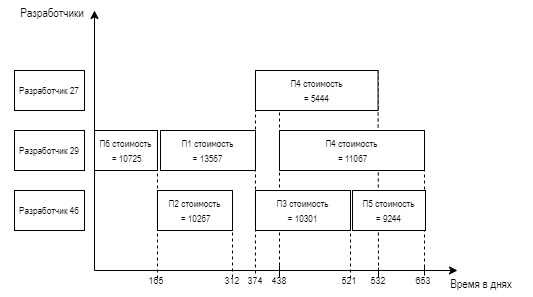
This is Zaoch/19/img/lab3_4.png from meesery/PAS, a draw.io export, as it was before one commit. Source tidied: cells renumbered, new cells last; positions are measured from the earlier drawing's top-left corner, leaving out a move shared by most shapes. The source it was exported from:
```xml
<mxGraphModel>
  <root>
    <mxCell id="0" />
    <mxCell id="1" parent="0" />
    <mxCell id="2" style="endArrow=classic;html=1;rounded=0;" parent="1" edge="1">
      <mxGeometry relative="1" as="geometry">
        <mxPoint x="94" y="270" as="sourcePoint" />
        <mxPoint x="94" y="10" as="targetPoint" />
      </mxGeometry>
    </mxCell>
    <mxCell id="3" style="endArrow=classic;html=1;rounded=0;" parent="1" edge="1">
      <mxGeometry relative="1" as="geometry">
        <mxPoint x="94" y="270" as="sourcePoint" />
        <mxPoint x="457" y="270" as="targetPoint" />
      </mxGeometry>
    </mxCell>
    <mxCell id="4" style="endArrow=none;html=1;rounded=0;" parent="1" edge="1">
      <mxGeometry relative="1" as="geometry">
        <mxPoint x="424" y="275" as="sourcePoint" />
        <mxPoint x="424" y="265" as="targetPoint" />
      </mxGeometry>
    </mxCell>
    <mxCell id="5" value="&lt;font style=&quot;font-size: 9px;&quot;&gt;653&lt;/font&gt;" style="text;html=1;strokeColor=none;fillColor=none;align=center;verticalAlign=middle;whiteSpace=wrap;rounded=0;" parent="1" vertex="1">
      <mxGeometry x="408" y="270" width="30" height="20" as="geometry" />
    </mxCell>
    <mxCell id="6" value="&lt;font style=&quot;font-size: 10px;&quot; face=&quot;Arial Narrow&quot;&gt;Разработчик 27&lt;/font&gt;" style="rounded=0;whiteSpace=wrap;html=1;" parent="1" vertex="1">
      <mxGeometry x="14" y="70" width="70" height="40" as="geometry" />
    </mxCell>
    <mxCell id="7" value="&lt;font style=&quot;font-size: 10px;&quot; face=&quot;Arial Narrow&quot;&gt;Разработчик 29&lt;/font&gt;" style="rounded=0;whiteSpace=wrap;html=1;" parent="1" vertex="1">
      <mxGeometry x="14" y="130" width="70" height="40" as="geometry" />
    </mxCell>
    <mxCell id="8" value="&lt;font style=&quot;font-size: 10px;&quot; face=&quot;Arial Narrow&quot;&gt;Разработчик 46&lt;br&gt;&lt;/font&gt;" style="rounded=0;whiteSpace=wrap;html=1;" parent="1" vertex="1">
      <mxGeometry x="14" y="190" width="70" height="40" as="geometry" />
    </mxCell>
    <mxCell id="9" value="&lt;font style=&quot;font-size: 9px;&quot;&gt;165&lt;/font&gt;" style="text;html=1;strokeColor=none;fillColor=none;align=center;verticalAlign=middle;whiteSpace=wrap;rounded=0;" parent="1" vertex="1">
      <mxGeometry x="141" y="270" width="30" height="20" as="geometry" />
    </mxCell>
    <mxCell id="10" value="&lt;font face=&quot;Arial Narrow&quot;&gt;&lt;span style=&quot;font-size: 10px;&quot;&gt;П6&amp;nbsp;стоимость&lt;br&gt;&amp;nbsp;= 10725&lt;br&gt;&lt;/span&gt;&lt;/font&gt;" style="rounded=0;whiteSpace=wrap;html=1;" parent="1" vertex="1">
      <mxGeometry x="94" y="130" width="63" height="40" as="geometry" />
    </mxCell>
    <mxCell id="11" style="endArrow=none;html=1;rounded=0;" parent="1" edge="1">
      <mxGeometry relative="1" as="geometry">
        <mxPoint x="279" y="275" as="sourcePoint" />
        <mxPoint x="279" y="265" as="targetPoint" />
      </mxGeometry>
    </mxCell>
    <mxCell id="12" value="&lt;font style=&quot;font-size: 9px;&quot;&gt;438&lt;/font&gt;" style="text;html=1;strokeColor=none;fillColor=none;align=center;verticalAlign=middle;whiteSpace=wrap;rounded=0;" parent="1" vertex="1">
      <mxGeometry x="264" y="270" width="30" height="20" as="geometry" />
    </mxCell>
    <mxCell id="13" style="endArrow=none;html=1;rounded=0;dashed=1;" parent="1" edge="1">
      <mxGeometry relative="1" as="geometry">
        <mxPoint x="279" y="277" as="sourcePoint" />
        <mxPoint x="279" y="71" as="targetPoint" />
      </mxGeometry>
    </mxCell>
    <mxCell id="14" value="&lt;font style=&quot;font-size: 10px;&quot; face=&quot;Arial Narrow&quot;&gt;П3 стоимость&lt;br&gt;= 10301&lt;br&gt;&lt;/font&gt;" style="rounded=0;whiteSpace=wrap;html=1;" parent="1" vertex="1">
      <mxGeometry x="255" y="190" width="95" height="40" as="geometry" />
    </mxCell>
    <mxCell id="15" value="&lt;font style=&quot;font-size: 10px;&quot; face=&quot;Arial Narrow&quot;&gt;П1 стоимость&lt;br&gt;= 13567&lt;br&gt;&lt;/font&gt;" style="rounded=0;whiteSpace=wrap;html=1;fillColor=none;" parent="1" vertex="1">
      <mxGeometry x="160" y="130" width="95" height="40" as="geometry" />
    </mxCell>
    <mxCell id="16" style="endArrow=none;html=1;rounded=0;" parent="1" edge="1">
      <mxGeometry relative="1" as="geometry">
        <mxPoint x="378" y="277" as="sourcePoint" />
        <mxPoint x="378" y="267" as="targetPoint" />
      </mxGeometry>
    </mxCell>
    <mxCell id="17" value="&lt;font style=&quot;font-size: 9px;&quot;&gt;532&lt;/font&gt;" style="text;html=1;strokeColor=none;fillColor=none;align=center;verticalAlign=middle;whiteSpace=wrap;rounded=0;" parent="1" vertex="1">
      <mxGeometry x="363" y="270" width="30" height="20" as="geometry" />
    </mxCell>
    <mxCell id="18" style="endArrow=none;html=1;rounded=0;dashed=1;entryX=1;entryY=0;entryDx=0;entryDy=0;" parent="1" edge="1" target="19">
      <mxGeometry relative="1" as="geometry">
        <mxPoint x="378" y="271" as="sourcePoint" />
      </mxGeometry>
    </mxCell>
    <mxCell id="19" value="&lt;font style=&quot;font-size: 10px;&quot; face=&quot;Arial Narrow&quot;&gt;П4 стоимость&lt;br&gt;= 5444&lt;/font&gt;" style="rounded=0;whiteSpace=wrap;html=1;" parent="1" vertex="1">
      <mxGeometry x="255" y="70" width="122.5" height="40" as="geometry" />
    </mxCell>
    <mxCell id="20" style="endArrow=none;html=1;rounded=0;dashed=1;entryX=1;entryY=0;entryDx=0;entryDy=0;" parent="1" edge="1" target="32">
      <mxGeometry relative="1" as="geometry">
        <mxPoint x="424" y="273" as="sourcePoint" />
      </mxGeometry>
    </mxCell>
    <mxCell id="21" value="&lt;font face=&quot;Arial Narrow&quot;&gt;&lt;span style=&quot;font-size: 10px;&quot;&gt;П2&amp;nbsp;стоимость&lt;br&gt;&amp;nbsp;= 10267&lt;br&gt;&lt;/span&gt;&lt;/font&gt;" style="rounded=0;whiteSpace=wrap;html=1;fillColor=default;" parent="1" vertex="1">
      <mxGeometry x="157" y="190" width="75" height="40" as="geometry" />
    </mxCell>
    <mxCell id="22" value="&lt;font face=&quot;Arial Narrow&quot;&gt;Разработчики&lt;/font&gt;" style="text;html=1;strokeColor=none;fillColor=none;align=center;verticalAlign=middle;whiteSpace=wrap;rounded=0;" parent="1" vertex="1">
      <mxGeometry width="104" height="27" as="geometry" />
    </mxCell>
    <mxCell id="23" value="&lt;font face=&quot;Arial Narrow&quot;&gt;Время в днях&lt;/font&gt;" style="text;html=1;strokeColor=none;fillColor=none;align=center;verticalAlign=middle;whiteSpace=wrap;rounded=0;" parent="1" vertex="1">
      <mxGeometry x="429" y="270" width="104" height="27" as="geometry" />
    </mxCell>
    <mxCell id="24" value="&lt;font style=&quot;font-size: 9px;&quot;&gt;312&lt;/font&gt;" style="text;html=1;strokeColor=none;fillColor=none;align=center;verticalAlign=middle;whiteSpace=wrap;rounded=0;" parent="1" vertex="1">
      <mxGeometry x="217" y="270" width="30" height="20" as="geometry" />
    </mxCell>
    <mxCell id="25" style="endArrow=none;html=1;rounded=0;dashed=1;entryX=1;entryY=0;entryDx=0;entryDy=0;" parent="1" edge="1" target="21">
      <mxGeometry relative="1" as="geometry">
        <mxPoint x="232" y="277" as="sourcePoint" />
      </mxGeometry>
    </mxCell>
    <mxCell id="26" value="&lt;font style=&quot;font-size: 9px;&quot;&gt;374&lt;/font&gt;" style="text;html=1;strokeColor=none;fillColor=none;align=center;verticalAlign=middle;whiteSpace=wrap;rounded=0;" parent="1" vertex="1">
      <mxGeometry x="240" y="270" width="30" height="20" as="geometry" />
    </mxCell>
    <mxCell id="27" style="endArrow=none;html=1;rounded=0;dashed=1;entryX=0;entryY=0;entryDx=0;entryDy=0;" parent="1" edge="1" target="19">
      <mxGeometry relative="1" as="geometry">
        <mxPoint x="254.9" y="273" as="sourcePoint" />
      </mxGeometry>
    </mxCell>
    <mxCell id="28" style="endArrow=none;html=1;rounded=0;dashed=1;" parent="1" edge="1">
      <mxGeometry relative="1" as="geometry">
        <mxPoint x="157" y="278" as="sourcePoint" />
        <mxPoint x="157" y="130" as="targetPoint" />
      </mxGeometry>
    </mxCell>
    <mxCell id="29" style="endArrow=none;html=1;rounded=0;dashed=1;" parent="1" edge="1">
      <mxGeometry relative="1" as="geometry">
        <mxPoint x="350" y="278" as="sourcePoint" />
        <mxPoint x="350" y="191" as="targetPoint" />
      </mxGeometry>
    </mxCell>
    <mxCell id="30" value="&lt;font style=&quot;font-size: 9px;&quot;&gt;521&lt;/font&gt;" style="text;html=1;strokeColor=none;fillColor=none;align=center;verticalAlign=middle;whiteSpace=wrap;rounded=0;" parent="1" vertex="1">
      <mxGeometry x="334" y="270" width="30" height="20" as="geometry" />
    </mxCell>
    <mxCell id="31" value="&lt;font style=&quot;font-size: 10px;&quot; face=&quot;Arial Narrow&quot;&gt;П5 стоимость&lt;br&gt;= 9244&lt;br&gt;&lt;/font&gt;" style="rounded=0;whiteSpace=wrap;html=1;" parent="1" vertex="1">
      <mxGeometry x="352" y="190" width="73" height="40" as="geometry" />
    </mxCell>
    <mxCell id="32" value="&lt;font face=&quot;Arial Narrow&quot;&gt;&lt;span style=&quot;font-size: 10px;&quot;&gt;П4&amp;nbsp;стоимость&lt;br&gt;&amp;nbsp;= 11067&lt;br&gt;&lt;/span&gt;&lt;/font&gt;" style="rounded=0;whiteSpace=wrap;html=1;fillColor=default;" parent="1" vertex="1">
      <mxGeometry x="279" y="130" width="145" height="40" as="geometry" />
    </mxCell>
  </root>
</mxGraphModel>
```
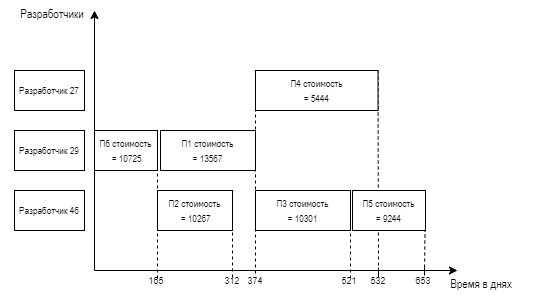
Above is the later version.

Change to the diagram source:
```diff
@@ -38,21 +38,6 @@
     <mxCell id="10" value="&lt;font face=&quot;Arial Narrow&quot;&gt;&lt;span style=&quot;font-size: 10px;&quot;&gt;П6&amp;nbsp;стоимость&lt;br&gt;&amp;nbsp;= 10725&lt;br&gt;&lt;/span&gt;&lt;/font&gt;" style="rounded=0;whiteSpace=wrap;html=1;" parent="1" vertex="1">
       <mxGeometry x="94" y="130" width="63" height="40" as="geometry" />
     </mxCell>
-    <mxCell id="11" style="endArrow=none;html=1;rounded=0;" parent="1" edge="1">
-      <mxGeometry relative="1" as="geometry">
-        <mxPoint x="279" y="275" as="sourcePoint" />
-        <mxPoint x="279" y="265" as="targetPoint" />
-      </mxGeometry>
-    </mxCell>
-    <mxCell id="12" value="&lt;font style=&quot;font-size: 9px;&quot;&gt;438&lt;/font&gt;" style="text;html=1;strokeColor=none;fillColor=none;align=center;verticalAlign=middle;whiteSpace=wrap;rounded=0;" parent="1" vertex="1">
-      <mxGeometry x="264" y="270" width="30" height="20" as="geometry" />
-    </mxCell>
-    <mxCell id="13" style="endArrow=none;html=1;rounded=0;dashed=1;" parent="1" edge="1">
-      <mxGeometry relative="1" as="geometry">
-        <mxPoint x="279" y="277" as="sourcePoint" />
-        <mxPoint x="279" y="71" as="targetPoint" />
-      </mxGeometry>
-    </mxCell>
     <mxCell id="14" value="&lt;font style=&quot;font-size: 10px;&quot; face=&quot;Arial Narrow&quot;&gt;П3 стоимость&lt;br&gt;= 10301&lt;br&gt;&lt;/font&gt;" style="rounded=0;whiteSpace=wrap;html=1;" parent="1" vertex="1">
       <mxGeometry x="255" y="190" width="95" height="40" as="geometry" />
     </mxCell>
@@ -76,7 +61,7 @@
     <mxCell id="19" value="&lt;font style=&quot;font-size: 10px;&quot; face=&quot;Arial Narrow&quot;&gt;П4 стоимость&lt;br&gt;= 5444&lt;/font&gt;" style="rounded=0;whiteSpace=wrap;html=1;" parent="1" vertex="1">
       <mxGeometry x="255" y="70" width="122.5" height="40" as="geometry" />
     </mxCell>
-    <mxCell id="20" style="endArrow=none;html=1;rounded=0;dashed=1;entryX=1;entryY=0;entryDx=0;entryDy=0;" parent="1" edge="1" target="32">
+    <mxCell id="20" style="endArrow=none;html=1;rounded=0;dashed=1;entryX=1;entryY=0;entryDx=0;entryDy=0;" parent="1" edge="1" target="31">
       <mxGeometry relative="1" as="geometry">
         <mxPoint x="424" y="273" as="sourcePoint" />
       </mxGeometry>
@@ -124,8 +109,5 @@
     <mxCell id="31" value="&lt;font style=&quot;font-size: 10px;&quot; face=&quot;Arial Narrow&quot;&gt;П5 стоимость&lt;br&gt;= 9244&lt;br&gt;&lt;/font&gt;" style="rounded=0;whiteSpace=wrap;html=1;" parent="1" vertex="1">
       <mxGeometry x="352" y="190" width="73" height="40" as="geometry" />
     </mxCell>
-    <mxCell id="32" value="&lt;font face=&quot;Arial Narrow&quot;&gt;&lt;span style=&quot;font-size: 10px;&quot;&gt;П4&amp;nbsp;стоимость&lt;br&gt;&amp;nbsp;= 11067&lt;br&gt;&lt;/span&gt;&lt;/font&gt;" style="rounded=0;whiteSpace=wrap;html=1;fillColor=default;" parent="1" vertex="1">
-      <mxGeometry x="279" y="130" width="145" height="40" as="geometry" />
-    </mxCell>
   </root>
 </mxGraphModel>
```
